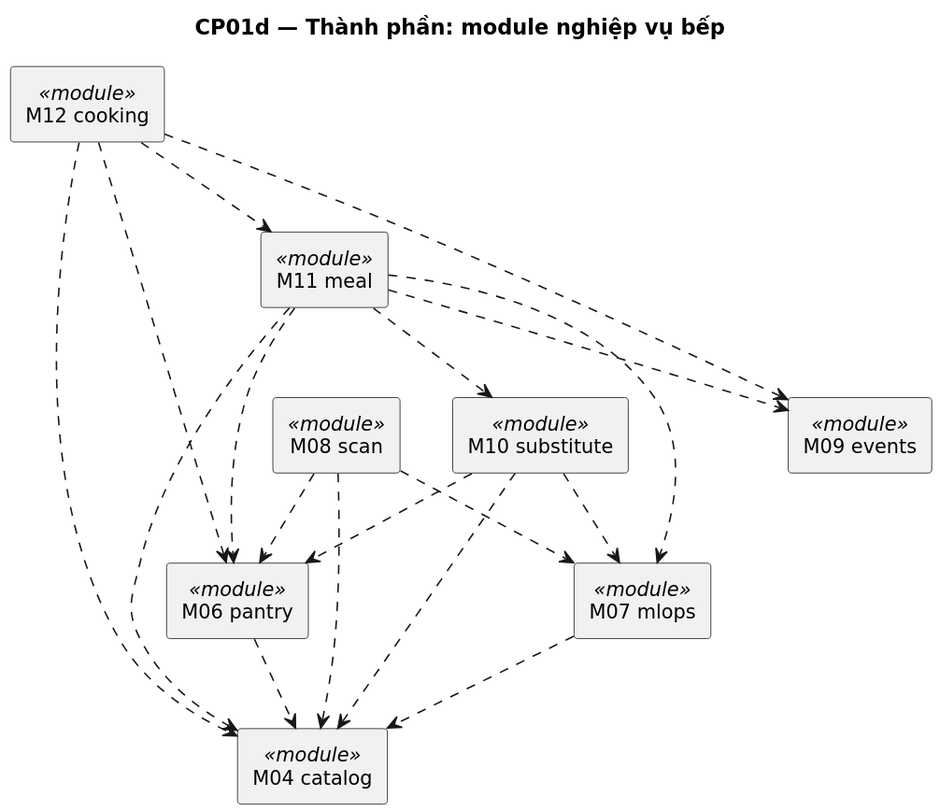
The PlantUML diagram docs/uml/out/component/CP01d-module-bep.svg in NamBuw/Tastoria, before a commit.
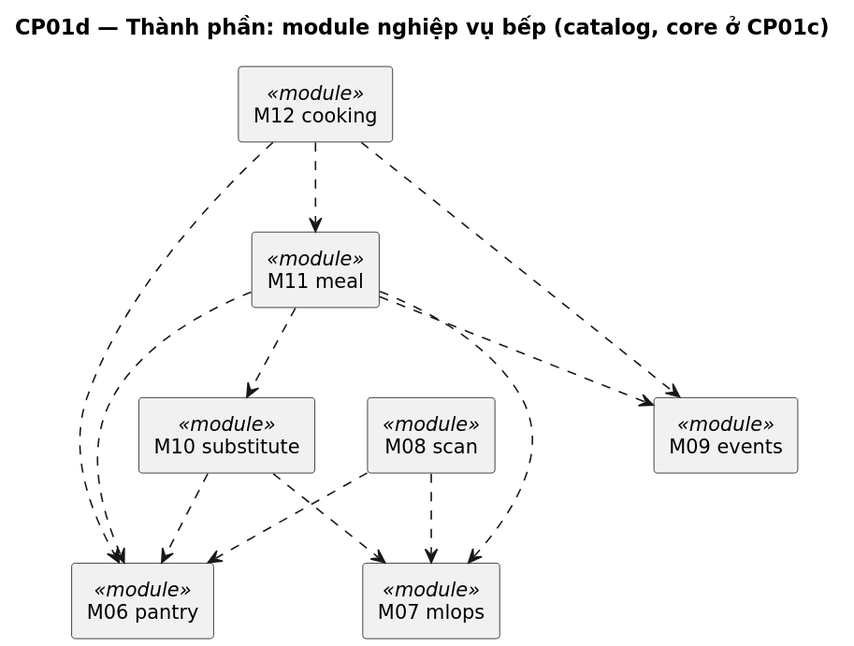
After the commit.

Change to the diagram source:
```diff
@@ -1,5 +1,5 @@
 @startuml
-title CP01d — Thành phần: module nghiệp vụ bếp
+title CP01d — Thành phần: module nghiệp vụ bếp (catalog, core ở CP01c)
 skinparam shadowing false
 skinparam defaultFontName DejaVu Sans
 skinparam defaultFontSize 13
@@ -14,23 +14,16 @@
 component "M08 scan" as scan <<module>>
 component "M06 pantry" as pantry <<module>>
 component "M07 mlops" as mlops <<module>>
-component "M04 catalog" as catalog <<module>>
 
-cooking ..> catalog
 cooking ..> meal
 cooking ..> pantry
 cooking ..> events
-meal ..> catalog
 meal ..> pantry
 meal ..> substitute
 meal ..> events
 meal ..> mlops
-substitute ..> catalog
 substitute ..> pantry
 substitute ..> mlops
-scan ..> catalog
 scan ..> pantry
 scan ..> mlops
-pantry ..> catalog
-mlops ..> catalog
 @enduml
```
